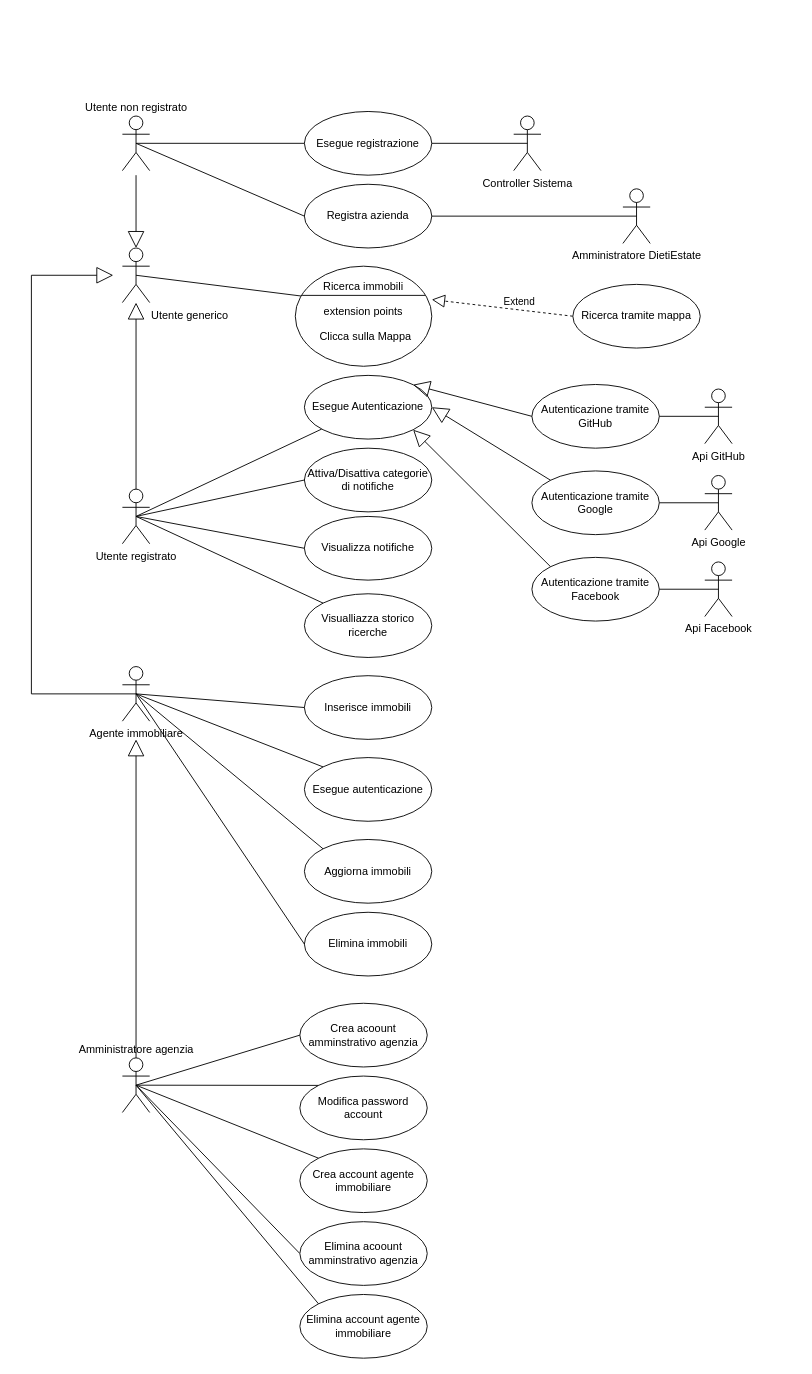
errore31/DietiEstates2024 keeps this draw.io diagram as Documenti/UseCaseDiagram/UseCaseFinale.drawio. Above is the earlier version. Source tidied: cells renumbered, new cells numbered last; positions are measured from the earlier drawing's top-left corner, leaving out a move shared by most shapes. Both pictures are drawn from the tidied source at 91%, with x=0, y=0 at pixel (31, 111).
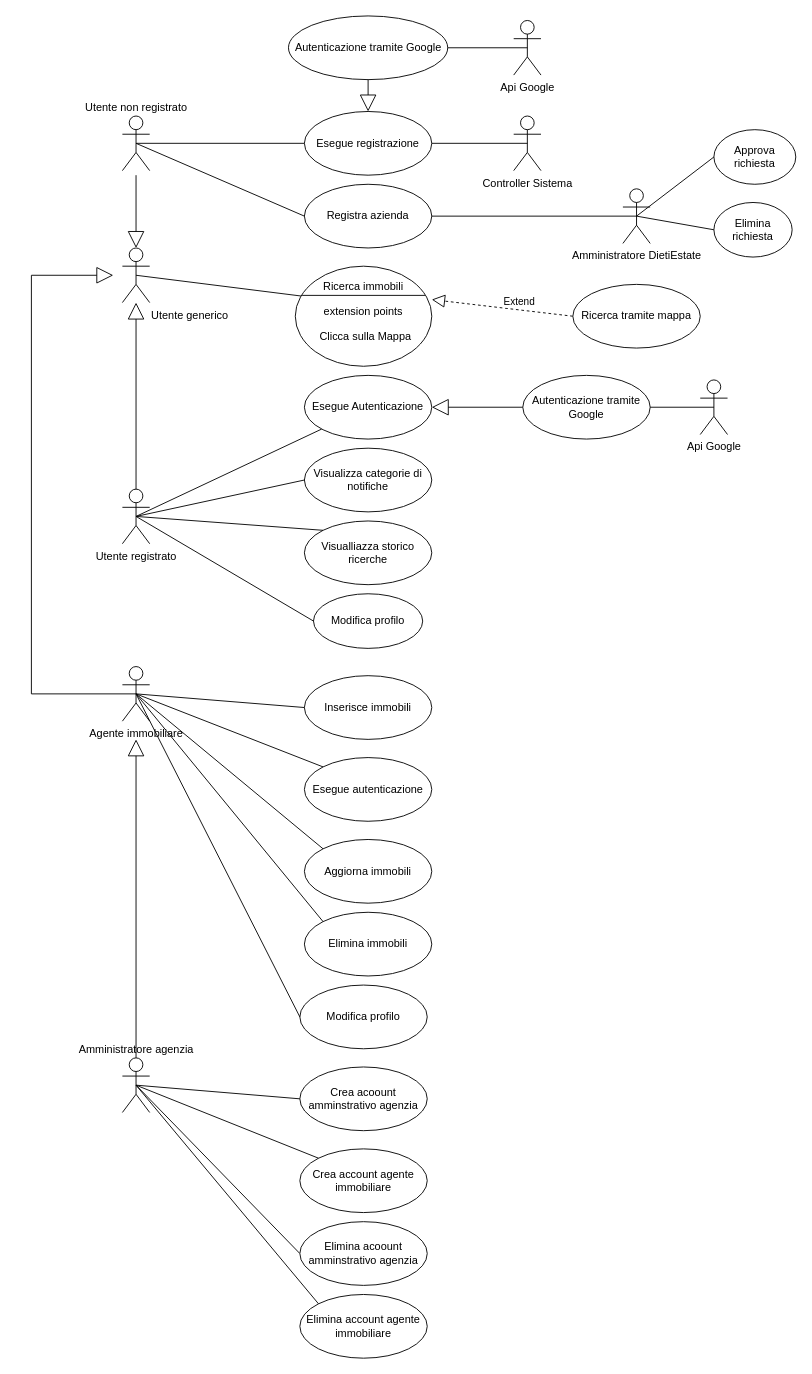
The same diagram, later.

The change refers to these unchanged cells:
```xml
<mxCell id="2" value="Utente registrato" style="shape=umlActor;verticalLabelPosition=bottom;verticalAlign=top;html=1;" parent="1" vertex="1">
  <mxGeometry x="100" y="415" width="30" height="60" as="geometry" />
</mxCell>
<mxCell id="3" value="Esegue registrazione" style="ellipse;whiteSpace=wrap;html=1;" parent="1" vertex="1">
  <mxGeometry x="300" width="140" height="70" as="geometry" />
</mxCell>
<mxCell id="5" value="Esegue Autenticazione" style="ellipse;whiteSpace=wrap;html=1;" parent="1" vertex="1">
  <mxGeometry x="300" y="290" width="140" height="70" as="geometry" />
</mxCell>
<mxCell id="30" value="&lt;span&gt;Amministratore agenzia&lt;/span&gt;" style="shape=umlActor;verticalLabelPosition=top;verticalAlign=bottom;html=1;outlineConnect=0;horizontal=1;labelPosition=center;align=center;" parent="1" vertex="1">
  <mxGeometry x="100" y="1040" width="30" height="60" as="geometry" />
</mxCell>
<mxCell id="32" value="Amministratore DietiEstate" style="shape=umlActor;verticalLabelPosition=bottom;verticalAlign=top;html=1;" parent="1" vertex="1">
  <mxGeometry x="650" y="85" width="30" height="60" as="geometry" />
</mxCell>
<mxCell id="40" value="Agente immobiliare" style="shape=umlActor;verticalLabelPosition=bottom;verticalAlign=top;html=1;" parent="1" vertex="1">
  <mxGeometry x="100" y="610" width="30" height="60" as="geometry" />
</mxCell>
<mxCell id="60" value="Elimina immobili" style="ellipse;whiteSpace=wrap;html=1;" parent="1" vertex="1">
  <mxGeometry x="300" y="880" width="140" height="70" as="geometry" />
</mxCell>
```

The edit, as a diff of the source:
```diff
@@
-    <mxCell id="6" value="Autenticazione tramite GitHub" style="ellipse;whiteSpace=wrap;html=1;" parent="1" vertex="1">
-      <mxGeometry x="550" y="300" width="140" height="70" as="geometry" />
-    </mxCell>
-    <mxCell id="7" value="Autenticazione tramite Facebook" style="ellipse;whiteSpace=wrap;html=1;" parent="1" vertex="1">
-      <mxGeometry x="550" y="490" width="140" height="70" as="geometry" />
-    </mxCell>
     <mxCell id="8" value="Autenticazione tramite Google" style="ellipse;whiteSpace=wrap;html=1;" parent="1" vertex="1">
-      <mxGeometry x="550" y="395" width="140" height="70" as="geometry" />
+      <mxGeometry x="540" y="290" width="140" height="70" as="geometry" />
     </mxCell>
-    <mxCell id="9" style="endArrow=block;endSize=16;endFill=0;html=1;rounded=0;exitX=0;exitY=0.5;exitDx=0;exitDy=0;entryX=1;entryY=0;entryDx=0;entryDy=0;" parent="1" edge="1" source="6" target="5">
-      <mxGeometry relative="1" as="geometry" />
-    </mxCell>
-    <mxCell id="10" style="endArrow=block;endSize=16;endFill=0;html=1;rounded=0;exitX=0;exitY=0;exitDx=0;exitDy=0;entryX=1;entryY=0.5;entryDx=0;entryDy=0;" parent="1" edge="1" source="8" target="5">
+    <mxCell id="10" style="endArrow=block;endSize=16;endFill=0;html=1;rounded=0;exitX=0;exitY=0.5;exitDx=0;exitDy=0;entryX=1;entryY=0.5;entryDx=0;entryDy=0;" parent="1" edge="1" source="8" target="5">
       <mxGeometry relative="1" as="geometry" />
     </mxCell>
-    <mxCell id="11" style="endArrow=block;endSize=16;endFill=0;html=1;rounded=0;entryX=1;entryY=1;entryDx=0;entryDy=0;exitX=0;exitY=0;exitDx=0;exitDy=0;" parent="1" edge="1" source="7" target="5">
-      <mxGeometry relative="1" as="geometry" />
-    </mxCell>
@@
-    <mxCell id="15" value="Api Facebook" style="shape=umlActor;verticalLabelPosition=bottom;verticalAlign=top;html=1;" parent="1" vertex="1">
-      <mxGeometry x="740" y="495" width="30" height="60" as="geometry" />
-    </mxCell>
     <mxCell id="16" value="Api Google" style="shape=umlActor;verticalLabelPosition=bottom;verticalAlign=top;html=1;" parent="1" vertex="1">
-      <mxGeometry x="740" y="400" width="30" height="60" as="geometry" />
+      <mxGeometry x="735" y="295" width="30" height="60" as="geometry" />
     </mxCell>
-    <mxCell id="17" value="Api GitHub" style="shape=umlActor;verticalLabelPosition=bottom;verticalAlign=top;html=1;" parent="1" vertex="1">
-      <mxGeometry x="740" y="305" width="30" height="60" as="geometry" />
-    </mxCell>
@@
-    <mxCell id="19" style="endArrow=none;html=1;rounded=0;exitX=1;exitY=0.5;exitDx=0;exitDy=0;entryX=0.5;entryY=0.5;entryDx=0;entryDy=0;entryPerimeter=0;" parent="1" edge="1" source="6" target="17">
-      <mxGeometry relative="1" as="geometry" />
-    </mxCell>
@@
-    <mxCell id="21" style="endArrow=none;html=1;rounded=0;exitX=1;exitY=0.5;exitDx=0;exitDy=0;entryX=0.5;entryY=0.5;entryDx=0;entryDy=0;entryPerimeter=0;" parent="1" edge="1" source="7" target="15">
-      <mxGeometry relative="1" as="geometry" />
-    </mxCell>
-    <mxCell id="22" value="Attiva/Disattiva categorie di notifiche" style="ellipse;whiteSpace=wrap;html=1;" parent="1" vertex="1">
+    <mxCell id="22" value="Visualizza categorie di notifiche" style="ellipse;whiteSpace=wrap;html=1;" parent="1" vertex="1">
       <mxGeometry x="300" y="370" width="140" height="70" as="geometry" />
     </mxCell>
@@
-    <mxCell id="24" value="Visualizza notifiche" style="ellipse;whiteSpace=wrap;html=1;" parent="1" vertex="1">
-      <mxGeometry x="300" y="445" width="140" height="70" as="geometry" />
-    </mxCell>
-    <mxCell id="25" style="endArrow=none;html=1;rounded=0;exitX=0.5;exitY=0.5;exitDx=0;exitDy=0;exitPerimeter=0;entryX=0;entryY=0.5;entryDx=0;entryDy=0;" parent="1" edge="1" source="2" target="24">
-      <mxGeometry relative="1" as="geometry" />
-    </mxCell>
@@
     <mxCell id="34" value="Crea acoount amminstrativo agenzia" style="ellipse;whiteSpace=wrap;html=1;" parent="1" vertex="1">
-      <mxGeometry x="295" y="980" width="140" height="70" as="geometry" />
+      <mxGeometry x="295" y="1050" width="140" height="70" as="geometry" />
     </mxCell>
@@
-    <mxCell id="36" value="Modifica password account" style="ellipse;whiteSpace=wrap;html=1;" parent="1" vertex="1">
-      <mxGeometry x="295" y="1060" width="140" height="70" as="geometry" />
-    </mxCell>
-    <mxCell id="37" style="endArrow=none;html=1;rounded=0;exitX=0.5;exitY=0.5;exitDx=0;exitDy=0;exitPerimeter=0;entryX=0;entryY=0;entryDx=0;entryDy=0;" parent="1" edge="1" source="30" target="36">
-      <mxGeometry relative="1" as="geometry" />
-    </mxCell>
@@
     <mxCell id="47" value="Visualliazza storico ricerche" style="ellipse;whiteSpace=wrap;html=1;" parent="1" vertex="1">
-      <mxGeometry x="300" y="530" width="140" height="70" as="geometry" />
+      <mxGeometry x="300" y="450" width="140" height="70" as="geometry" />
     </mxCell>
@@
-    <mxCell id="61" style="endArrow=none;html=1;rounded=0;exitX=0;exitY=0.5;exitDx=0;exitDy=0;entryX=0.5;entryY=0.5;entryDx=0;entryDy=0;entryPerimeter=0;" parent="1" edge="1" source="60" target="40">
+    <mxCell id="61" style="endArrow=none;html=1;rounded=0;exitX=0;exitY=0;exitDx=0;exitDy=0;entryX=0.5;entryY=0.5;entryDx=0;entryDy=0;entryPerimeter=0;" parent="1" edge="1" source="60" target="40">
       <mxGeometry relative="1" as="geometry" />
     </mxCell>
@@
+    <mxCell id="66" value="Approva richiesta" style="ellipse;whiteSpace=wrap;html=1;" parent="1" vertex="1">
+      <mxGeometry x="750" y="20" width="90" height="60" as="geometry" />
+    </mxCell>
+    <mxCell id="67" style="endArrow=none;html=1;rounded=0;entryX=0.5;entryY=0.5;entryDx=0;entryDy=0;entryPerimeter=0;exitX=0;exitY=0.5;exitDx=0;exitDy=0;" parent="1" edge="1" source="66" target="32">
+      <mxGeometry relative="1" as="geometry" />
+    </mxCell>
+    <mxCell id="68" value="Elimina richiesta" style="ellipse;whiteSpace=wrap;html=1;" parent="1" vertex="1">
+      <mxGeometry x="750" y="100" width="86" height="60" as="geometry" />
+    </mxCell>
+    <mxCell id="69" style="endArrow=none;html=1;rounded=0;exitX=0.5;exitY=0.5;exitDx=0;exitDy=0;exitPerimeter=0;entryX=0;entryY=0.5;entryDx=0;entryDy=0;" parent="1" edge="1" source="32" target="68">
+      <mxGeometry relative="1" as="geometry" />
+    </mxCell>
+    <mxCell id="70" value="Autenticazione tramite Google" style="ellipse;whiteSpace=wrap;html=1;" parent="1" vertex="1">
+      <mxGeometry x="282.5" y="-105" width="175" height="70" as="geometry" />
+    </mxCell>
+    <mxCell id="71" value="Api Google" style="shape=umlActor;verticalLabelPosition=bottom;verticalAlign=top;html=1;" parent="1" vertex="1">
+      <mxGeometry x="530" y="-100" width="30" height="60" as="geometry" />
+    </mxCell>
+    <mxCell id="72" style="endArrow=none;html=1;rounded=0;exitX=1;exitY=0.5;exitDx=0;exitDy=0;entryX=0.5;entryY=0.5;entryDx=0;entryDy=0;entryPerimeter=0;" parent="1" edge="1" source="70" target="71">
+      <mxGeometry relative="1" as="geometry" />
+    </mxCell>
+    <mxCell id="73" style="endArrow=block;endSize=16;endFill=0;html=1;rounded=0;exitX=0.5;exitY=1;exitDx=0;exitDy=0;entryX=0.5;entryY=0;entryDx=0;entryDy=0;" parent="1" edge="1" source="70" target="3">
+      <mxGeometry relative="1" as="geometry" />
+    </mxCell>
+    <mxCell id="74" value="Modifica profilo" style="ellipse;whiteSpace=wrap;html=1;" parent="1" vertex="1">
+      <mxGeometry x="310" y="530" width="120" height="60" as="geometry" />
+    </mxCell>
+    <mxCell id="75" style="endArrow=none;html=1;rounded=0;exitX=0;exitY=0.5;exitDx=0;exitDy=0;entryX=0.5;entryY=0.5;entryDx=0;entryDy=0;entryPerimeter=0;" parent="1" edge="1" source="74" target="2">
+      <mxGeometry relative="1" as="geometry" />
+    </mxCell>
+    <mxCell id="76" value="Modifica profilo" style="ellipse;whiteSpace=wrap;html=1;" parent="1" vertex="1">
+      <mxGeometry x="295" y="960" width="140" height="70" as="geometry" />
+    </mxCell>
+    <mxCell id="77" style="endArrow=none;html=1;rounded=0;exitX=0;exitY=0.5;exitDx=0;exitDy=0;entryX=0.5;entryY=0.5;entryDx=0;entryDy=0;entryPerimeter=0;" parent="1" edge="1" source="76" target="40">
+      <mxGeometry relative="1" as="geometry" />
+    </mxCell>
```
